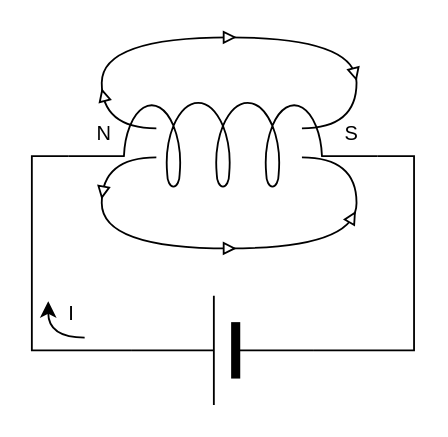
Above: 3B6/Cours/Des_11-1a.drawio in JoseForest-CLJ/Draw.io-files (draw.io), before the change. Source tidied: cells renumbered, new cells numbered last; positions are measured from the earlier drawing's top-left corner, leaving out a move shared by most shapes. Both pictures are drawn from the tidied source at 182%, with x=0, y=0 at pixel (47, 31).
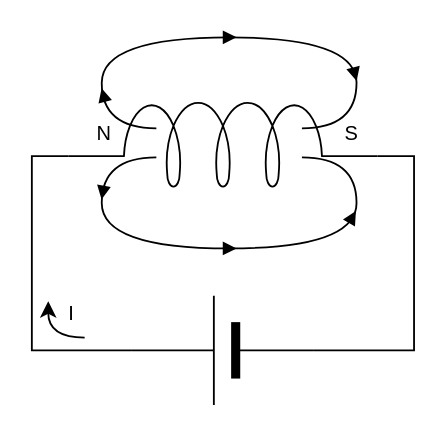
After the change.

Unchanged cells that the change refers to:
```xml
<mxCell id="4" style="group;" parent="1" vertex="1">
  <mxGeometry x="26.7" width="145.3" height="53" as="geometry" />
</mxCell>
```

The edit, as a diff of the source:
```diff
@@
+    <mxCell id="9" value="N" style="text;whiteSpace=wrap;strokeColor=none;fillColor=none;align=center;verticalAlign=middle;rounded=0;fontFamily=Helvetica;fontSize=11;fontColor=default;labelBackgroundColor=default;convertToSvg=1;" parent="1" vertex="1">
+      <mxGeometry x="18" y="46" width="26" height="19" as="geometry" />
+    </mxCell>
+    <mxCell id="10" value="S" style="text;whiteSpace=wrap;strokeColor=none;fillColor=none;align=center;verticalAlign=middle;rounded=0;fontFamily=Helvetica;fontSize=11;fontColor=default;labelBackgroundColor=default;convertToSvg=1;" parent="1" vertex="1">
+      <mxGeometry x="154" y="46" width="26" height="19" as="geometry" />
+    </mxCell>
+    <mxCell id="18" value="I" style="text;whiteSpace=wrap;strokeColor=none;fillColor=none;align=center;verticalAlign=middle;rounded=0;fontFamily=Helvetica;fontSize=11;fontColor=default;labelBackgroundColor=default;convertToSvg=1;" parent="1" vertex="1">
+      <mxGeometry x="8" y="145" width="10" height="20" as="geometry" />
+    </mxCell>
-    <mxCell id="2" style="verticalLabelPosition=bottom;shadow=0;dashed=0;align=center;html=1;verticalAlign=top;shape=mxgraph.electrical.inductors.inductor_5;" parent="1" vertex="1">
+    <mxCell id="2" style="verticalLabelPosition=bottom;shadow=0;dashed=0;align=center;verticalAlign=top;shape=mxgraph.electrical.inductors.inductor_5;" parent="1" vertex="1">
       <mxGeometry x="11" y="38" width="170" height="47" as="geometry" />
     </mxCell>
-    <mxCell id="3" style="verticalLabelPosition=bottom;shadow=0;dashed=0;align=center;fillColor=strokeColor;html=1;verticalAlign=top;strokeWidth=1;shape=mxgraph.electrical.miscellaneous.monocell_battery;rotation=-180;" parent="1" vertex="1">
+    <mxCell id="3" style="verticalLabelPosition=bottom;shadow=0;dashed=0;align=center;fillColor=strokeColor;verticalAlign=top;strokeWidth=1;shape=mxgraph.electrical.miscellaneous.monocell_battery;rotation=-180;" parent="1" vertex="1">
       <mxGeometry x="46" y="145" width="100" height="60" as="geometry" />
     </mxCell>
@@
-    <mxCell id="5" style="curved=1;endArrow=none;html=1;rounded=0;strokeColor=default;align=center;verticalAlign=middle;fontFamily=Helvetica;fontSize=11;fontColor=default;labelBackgroundColor=default;edgeStyle=orthogonalEdgeStyle;endFill=0;" parent="4" edge="1">
+    <mxCell id="5" style="curved=1;endArrow=none;rounded=0;strokeColor=default;align=center;verticalAlign=middle;fontFamily=Helvetica;fontSize=11;fontColor=default;labelBackgroundColor=default;edgeStyle=orthogonalEdgeStyle;endFill=0;" parent="4" edge="1">
       <mxGeometry relative="1" as="geometry">
         <mxPoint x="32.7" y="53" as="sourcePoint" />
         <mxPoint x="112.7" y="53" as="targetPoint" />
         <Array as="points">
           <mxPoint x="2.7" y="53" />
           <mxPoint x="2.7" y="3" />
           <mxPoint x="142.7" y="3" />
           <mxPoint x="142.7" y="53" />
         </Array>
       </mxGeometry>
     </mxCell>
-    <mxCell id="6" style="html=1;shadow=0;dashed=0;align=center;verticalAlign=middle;shape=mxgraph.arrows2.arrow;dy=0.99;dx=10;notch=0;fontFamily=Helvetica;fontSize=11;fontColor=default;labelBackgroundColor=default;gradientColor=none;fillColor=light-dark(#FFFFFF,#FFFFFF);" parent="4" vertex="1">
+    <mxCell id="6" style="shadow=0;dashed=0;align=center;verticalAlign=middle;shape=mxgraph.arrows2.arrow;dy=0.99;dx=10;notch=0;fontFamily=Helvetica;fontSize=11;fontColor=default;labelBackgroundColor=default;gradientColor=none;fillColor=light-dark(#000000,#FFFFFF);" parent="4" vertex="1">
       <mxGeometry x="69.7" width="6" height="6" as="geometry" />
     </mxCell>
-    <mxCell id="7" style="html=1;shadow=0;dashed=0;align=center;verticalAlign=middle;shape=mxgraph.arrows2.arrow;dy=0.99;dx=10;notch=0;fontFamily=Helvetica;fontSize=11;fontColor=default;labelBackgroundColor=default;gradientColor=none;fillColor=light-dark(#FFFFFF,#FFFFFF);rotation=-105;" parent="4" vertex="1">
+    <mxCell id="7" style="shadow=0;dashed=0;align=center;verticalAlign=middle;shape=mxgraph.arrows2.arrow;dy=0.99;dx=10;notch=0;fontFamily=Helvetica;fontSize=11;fontColor=default;labelBackgroundColor=default;gradientColor=none;fillColor=light-dark(#000000,#FFFFFF);rotation=-105;" parent="4" vertex="1">
       <mxGeometry x="0.7" y="32" width="6" height="6" as="geometry" />
     </mxCell>
-    <mxCell id="8" style="html=1;shadow=0;dashed=0;align=center;verticalAlign=middle;shape=mxgraph.arrows2.arrow;dy=0.99;dx=10;notch=0;fontFamily=Helvetica;fontSize=11;fontColor=default;labelBackgroundColor=default;gradientColor=none;fillColor=light-dark(#FFFFFF,#FFFFFF);rotation=75;" parent="4" vertex="1">
+    <mxCell id="8" style="shadow=0;dashed=0;align=center;verticalAlign=middle;shape=mxgraph.arrows2.arrow;dy=0.99;dx=10;notch=0;fontFamily=Helvetica;fontSize=11;fontColor=default;labelBackgroundColor=default;gradientColor=none;fillColor=light-dark(#000000,#FFFFFF);rotation=75;" parent="4" vertex="1">
       <mxGeometry x="138.7" y="20" width="6" height="6" as="geometry" />
     </mxCell>
-    <mxCell id="9" value="N" style="text;html=1;whiteSpace=wrap;strokeColor=none;fillColor=none;align=center;verticalAlign=middle;rounded=0;fontFamily=Helvetica;fontSize=11;fontColor=default;labelBackgroundColor=default;" parent="1" vertex="1">
-      <mxGeometry x="18" y="46" width="26" height="19" as="geometry" />
-    </mxCell>
-    <mxCell id="10" value="S" style="text;html=1;whiteSpace=wrap;strokeColor=none;fillColor=none;align=center;verticalAlign=middle;rounded=0;fontFamily=Helvetica;fontSize=11;fontColor=default;labelBackgroundColor=default;" parent="1" vertex="1">
-      <mxGeometry x="154" y="46" width="26" height="19" as="geometry" />
-    </mxCell>
-    <mxCell id="11" style="curved=1;endArrow=none;html=1;rounded=0;strokeColor=default;align=center;verticalAlign=middle;fontFamily=Helvetica;fontSize=11;fontColor=default;labelBackgroundColor=default;edgeStyle=orthogonalEdgeStyle;endFill=0;" parent="1" edge="1">
+    <mxCell id="11" style="curved=1;endArrow=none;rounded=0;strokeColor=default;align=center;verticalAlign=middle;fontFamily=Helvetica;fontSize=11;fontColor=default;labelBackgroundColor=default;edgeStyle=orthogonalEdgeStyle;endFill=0;" parent="1" edge="1">
       <mxGeometry relative="1" as="geometry">
         <mxPoint x="59.4" y="69" as="sourcePoint" />
         <mxPoint x="139.4" y="69" as="targetPoint" />
         <Array as="points">
           <mxPoint x="29.4" y="69" />
           <mxPoint x="29.4" y="119" />
           <mxPoint x="169.4" y="119" />
           <mxPoint x="169.4" y="69" />
         </Array>
       </mxGeometry>
     </mxCell>
-    <mxCell id="12" style="html=1;shadow=0;dashed=0;align=center;verticalAlign=middle;shape=mxgraph.arrows2.arrow;dy=0.99;dx=10;notch=0;fontFamily=Helvetica;fontSize=11;fontColor=default;labelBackgroundColor=default;gradientColor=none;fillColor=light-dark(#FFFFFF,#FFFFFF);" parent="1" vertex="1">
+    <mxCell id="12" style="shadow=0;dashed=0;align=center;verticalAlign=middle;shape=mxgraph.arrows2.arrow;dy=0.99;dx=10;notch=0;fontFamily=Helvetica;fontSize=11;fontColor=default;labelBackgroundColor=default;gradientColor=none;fillColor=light-dark(#000000,#FFFFFF);" parent="1" vertex="1">
       <mxGeometry x="96.4" y="116" width="6" height="6" as="geometry" />
     </mxCell>
-    <mxCell id="13" style="html=1;shadow=0;dashed=0;align=center;verticalAlign=middle;shape=mxgraph.arrows2.arrow;dy=0.99;dx=10;notch=0;fontFamily=Helvetica;fontSize=11;fontColor=default;labelBackgroundColor=default;gradientColor=none;fillColor=light-dark(#FFFFFF,#FFFFFF);rotation=100;" parent="1" vertex="1">
+    <mxCell id="13" style="shadow=0;dashed=0;align=center;verticalAlign=middle;shape=mxgraph.arrows2.arrow;dy=0.99;dx=10;notch=0;fontFamily=Helvetica;fontSize=11;fontColor=default;labelBackgroundColor=default;gradientColor=none;fillColor=light-dark(#000000,#FFFFFF);rotation=100;" parent="1" vertex="1">
       <mxGeometry x="27" y="85" width="6" height="6" as="geometry" />
     </mxCell>
-    <mxCell id="14" style="html=1;shadow=0;dashed=0;align=center;verticalAlign=middle;shape=mxgraph.arrows2.arrow;dy=0.99;dx=10;notch=0;fontFamily=Helvetica;fontSize=11;fontColor=default;labelBackgroundColor=default;gradientColor=none;fillColor=light-dark(#FFFFFF,#FFFFFF);rotation=-60;" parent="1" vertex="1">
+    <mxCell id="14" style="shadow=0;dashed=0;align=center;verticalAlign=middle;shape=mxgraph.arrows2.arrow;dy=0.99;dx=10;notch=0;fontFamily=Helvetica;fontSize=11;fontColor=default;labelBackgroundColor=default;gradientColor=none;fillColor=light-dark(#000000,#FFFFFF);rotation=-60;" parent="1" vertex="1">
       <mxGeometry x="164" y="99" width="6" height="6" as="geometry" />
     </mxCell>
-    <mxCell id="15" style="edgeStyle=orthogonalEdgeStyle;shape=connector;rounded=0;jettySize=auto;html=1;exitX=1;exitY=0.645;exitDx=0;exitDy=0;exitPerimeter=0;entryX=0;entryY=0.5;entryDx=0;entryDy=0;entryPerimeter=0;strokeColor=default;align=center;verticalAlign=middle;fontFamily=Helvetica;fontSize=11;fontColor=default;labelBackgroundColor=default;endArrow=none;endFill=0;" parent="1" edge="1" source="2" target="3">
+    <mxCell id="15" style="edgeStyle=orthogonalEdgeStyle;shape=connector;rounded=0;jettySize=auto;exitX=1;exitY=0.645;exitDx=0;exitDy=0;exitPerimeter=0;entryX=0;entryY=0.5;entryDx=0;entryDy=0;entryPerimeter=0;strokeColor=default;align=center;verticalAlign=middle;fontFamily=Helvetica;fontSize=11;fontColor=default;labelBackgroundColor=default;endArrow=none;endFill=0;" parent="1" edge="1" source="2" target="3">
       <mxGeometry relative="1" as="geometry" />
     </mxCell>
-    <mxCell id="16" style="edgeStyle=orthogonalEdgeStyle;shape=connector;rounded=0;jettySize=auto;html=1;exitX=0;exitY=0.645;exitDx=0;exitDy=0;exitPerimeter=0;entryX=1;entryY=0.5;entryDx=0;entryDy=0;entryPerimeter=0;strokeColor=default;align=center;verticalAlign=middle;fontFamily=Helvetica;fontSize=11;fontColor=default;labelBackgroundColor=default;endArrow=none;endFill=0;" parent="1" edge="1" source="2" target="3">
+    <mxCell id="16" style="edgeStyle=orthogonalEdgeStyle;shape=connector;rounded=0;jettySize=auto;exitX=0;exitY=0.645;exitDx=0;exitDy=0;exitPerimeter=0;entryX=1;entryY=0.5;entryDx=0;entryDy=0;entryPerimeter=0;strokeColor=default;align=center;verticalAlign=middle;fontFamily=Helvetica;fontSize=11;fontColor=default;labelBackgroundColor=default;endArrow=none;endFill=0;" parent="1" edge="1" source="2" target="3">
       <mxGeometry relative="1" as="geometry" />
     </mxCell>
-    <mxCell id="17" style="curved=1;endArrow=classic;html=1;rounded=0;strokeColor=default;align=center;verticalAlign=middle;fontFamily=Helvetica;fontSize=11;fontColor=default;labelBackgroundColor=default;edgeStyle=orthogonalEdgeStyle;" parent="1" edge="1">
+    <mxCell id="17" style="curved=1;endArrow=classic;rounded=0;strokeColor=default;align=center;verticalAlign=middle;fontFamily=Helvetica;fontSize=11;fontColor=default;labelBackgroundColor=default;edgeStyle=orthogonalEdgeStyle;" parent="1" edge="1">
       <mxGeometry relative="1" as="geometry">
         <mxPoint x="20" y="168" as="sourcePoint" />
         <mxPoint y="148" as="targetPoint" />
         <Array as="points">
           <mxPoint y="168" />
         </Array>
       </mxGeometry>
     </mxCell>
-    <mxCell id="18" value="I" style="text;html=1;whiteSpace=wrap;strokeColor=none;fillColor=none;align=center;verticalAlign=middle;rounded=0;fontFamily=Helvetica;fontSize=11;fontColor=default;labelBackgroundColor=default;" parent="1" vertex="1">
-      <mxGeometry x="8" y="145" width="10" height="20" as="geometry" />
-    </mxCell>
```
